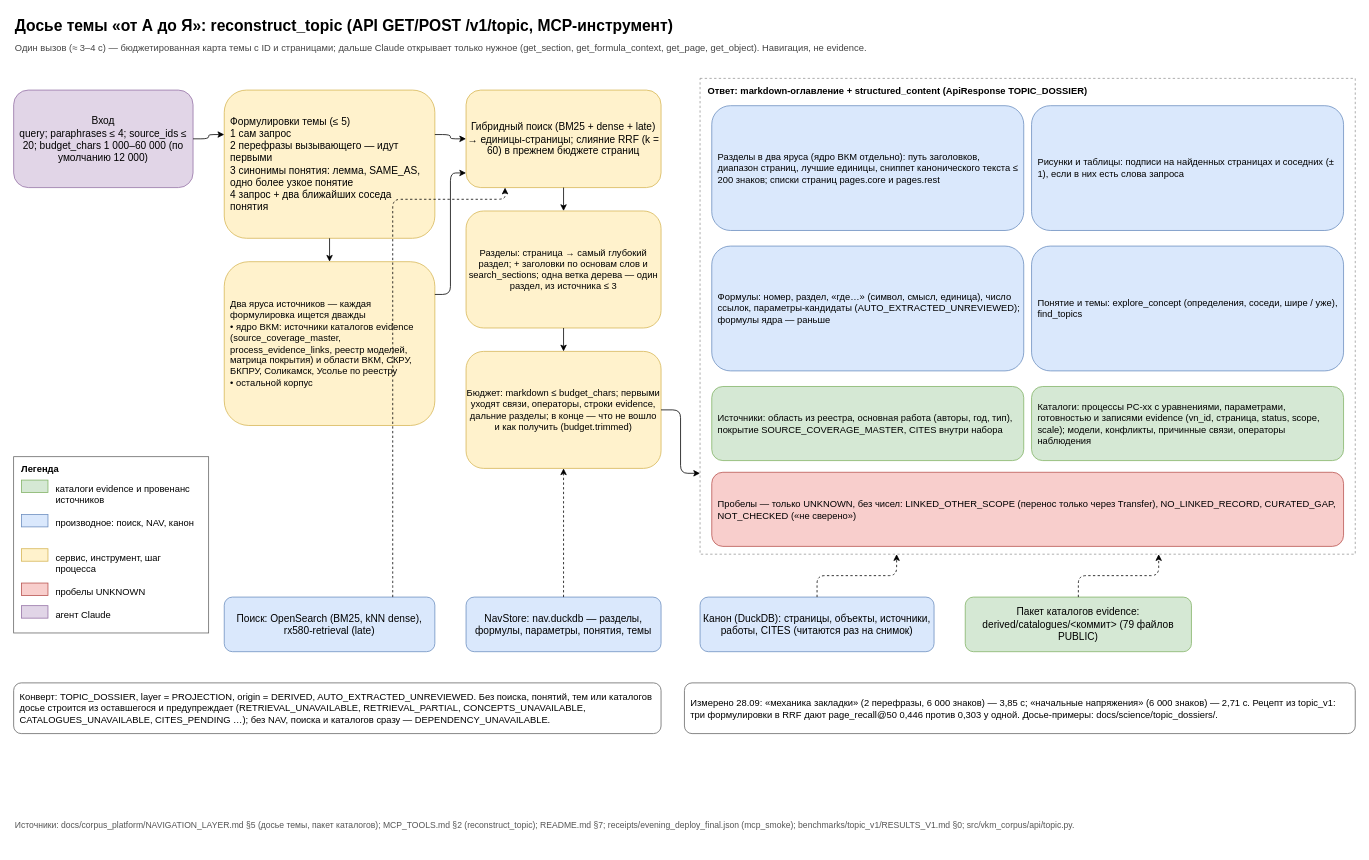
SUKUNA-AI/vkm-subsidence-forecasting keeps this draw.io diagram as docs/diagrams/topic_dossier.drawio. Above is the earlier version. Source tidied: cells renumbered, new cells numbered last; positions are measured from the earlier drawing's top-left corner, leaving out a move shared by most shapes. Both pictures are drawn from the tidied source at 78%, with x=0, y=0 at pixel (13, 13).
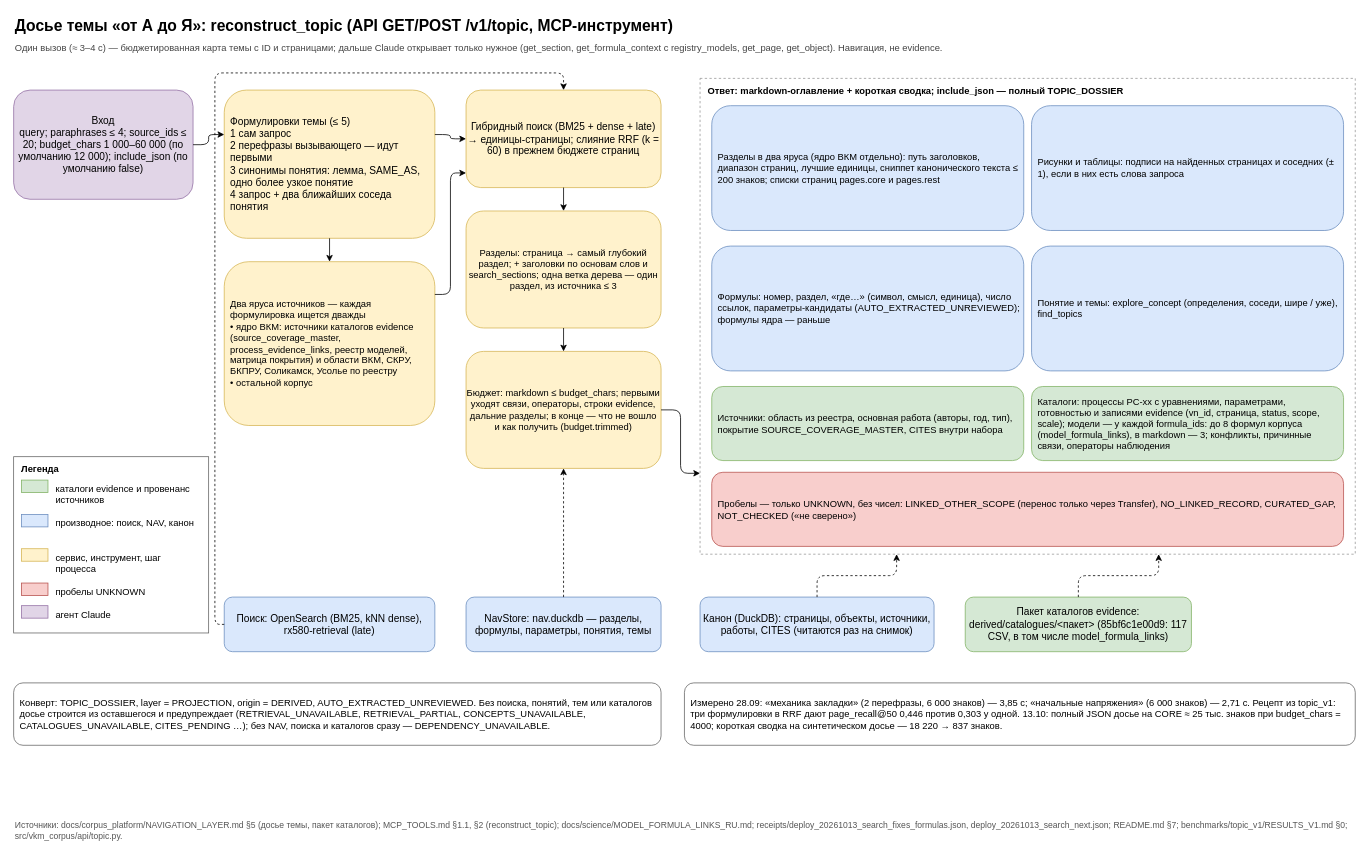
The same page after the edit.

Unchanged cells that the change refers to:
```xml
<mxCell id="7" value="Гибридный поиск (BM25 + dense + late) → единицы-страницы; слияние RRF (k = 60) в прежнем бюджете страниц" style="fillColor=#fff2cc;fontSize=13;html=1;rounded=1;strokeColor=#d6b656;whiteSpace=wrap;" parent="1" vertex="1">
  <mxGeometry x="580" y="98" width="250" height="125" as="geometry" />
</mxCell>
<mxCell id="18" value="Поиск: OpenSearch (BM25, kNN dense), rx580-retrieval (late)" style="fillColor=#dae8fc;fontSize=13;html=1;rounded=1;strokeColor=#6c8ebf;whiteSpace=wrap;" parent="1" vertex="1">
  <mxGeometry x="270" y="748" width="270" height="70" as="geometry" />
</mxCell>
```

The edit, as a diff of the source:
```diff
@@
-    <mxCell id="3" value="Один вызов (≈ 3–4 с) — бюджетированная карта темы с ID и страницами; дальше Claude открывает только нужное (get_section, get_formula_context, get_page, get_object). Навигация, не evidence." style="text;align=left;fontColor=#444444;fontSize=12;html=1;verticalAlign=middle;whiteSpace=wrap;" parent="1" vertex="1">
+    <mxCell id="3" value="Один вызов (≈ 3–4 с) — бюджетированная карта темы с ID и страницами; дальше Claude открывает только нужное (get_section, get_formula_context с registry_models, get_page, get_object). Навигация, не evidence." style="text;align=left;fontColor=#444444;fontSize=12;html=1;verticalAlign=middle;whiteSpace=wrap;" parent="1" vertex="1">
       <mxGeometry y="32" width="1720" height="25" as="geometry" />
     </mxCell>
-    <mxCell id="4" value="Вход&lt;br&gt;query; paraphrases ≤ 4; source_ids ≤ 20; budget_chars 1 000–60 000 (по умолчанию 12 000)" style="fillColor=#e1d5e7;fontSize=13;html=1;rounded=1;strokeColor=#9673a6;whiteSpace=wrap;" parent="1" vertex="1">
-      <mxGeometry y="98" width="230" height="125" as="geometry" />
+    <mxCell id="4" value="Вход&lt;br&gt;query; paraphrases ≤ 4; source_ids ≤ 20; budget_chars 1 000–60 000 (по умолчанию 12 000); include_json (по умолчанию false)" style="fillColor=#e1d5e7;fontSize=13;html=1;rounded=1;strokeColor=#9673a6;whiteSpace=wrap;" parent="1" vertex="1">
+      <mxGeometry y="98" width="230" height="140" as="geometry" />
     </mxCell>
@@
-    <mxCell id="10" value="Ответ: markdown-оглавление + structured_content (ApiResponse TOPIC_DOSSIER)" style="align=left;dashed=1;fillColor=none;fontSize=12;fontStyle=1;html=1;rounded=0;spacingLeft=8;spacingTop=2;strokeColor=#999999;verticalAlign=top;whiteSpace=wrap;" parent="1" vertex="1">
+    <mxCell id="10" value="Ответ: markdown-оглавление + короткая сводка; include_json — полный TOPIC_DOSSIER" style="align=left;dashed=1;fillColor=none;fontSize=12;fontStyle=1;html=1;rounded=0;spacingLeft=8;spacingTop=2;strokeColor=#999999;verticalAlign=top;whiteSpace=wrap;" parent="1" vertex="1">
       <mxGeometry x="880" y="83" width="840" height="610" as="geometry" />
     </mxCell>
@@
-    <mxCell id="16" value="Каталоги: процессы PC-xx с уравнениями, параметрами, готовностью и записями evidence (vn_id, страница, status, scope, scale); модели, конфликты, причинные связи, операторы наблюдения" style="align=left;fillColor=#d5e8d4;fontSize=12;html=1;rounded=1;spacingLeft=6;spacingRight=4;strokeColor=#82b366;whiteSpace=wrap;" parent="10" vertex="1">
+    <mxCell id="16" value="Каталоги: процессы PC-xx с уравнениями, параметрами, готовностью и записями evidence (vn_id, страница, status, scope, scale); модели — у каждой formula_ids: до 8 формул корпуса (model_formula_links), в markdown — 3; конфликты, причинные связи, операторы наблюдения" style="align=left;fillColor=#d5e8d4;fontSize=12;html=1;rounded=1;spacingLeft=6;spacingRight=4;strokeColor=#82b366;whiteSpace=wrap;" parent="10" vertex="1">
       <mxGeometry x="425" y="395" width="400" height="95" as="geometry" />
     </mxCell>
@@
-    <mxCell id="21" value="Пакет каталогов evidence: derived/catalogues/&amp;lt;коммит&amp;gt; (79 файлов PUBLIC)" style="fillColor=#d5e8d4;fontSize=13;html=1;rounded=1;strokeColor=#82b366;whiteSpace=wrap;" parent="1" vertex="1">
+    <mxCell id="21" value="Пакет каталогов evidence: derived/catalogues/&amp;lt;пакет&amp;gt; (85bf6c1e00d9: 117 CSV, в том числе model_formula_links)" style="fillColor=#d5e8d4;fontSize=13;html=1;rounded=1;strokeColor=#82b366;whiteSpace=wrap;" parent="1" vertex="1">
       <mxGeometry x="1220" y="748" width="290" height="70" as="geometry" />
     </mxCell>
     <mxCell id="22" value="Конверт: TOPIC_DOSSIER, layer = PROJECTION, origin = DERIVED, AUTO_EXTRACTED_UNREVIEWED. Без поиска, понятий, тем или каталогов досье строится из оставшегося и предупреждает (RETRIEVAL_UNAVAILABLE, RETRIEVAL_PARTIAL, CONCEPTS_UNAVAILABLE, CATALOGUES_UNAVAILABLE, CITES_PENDING …); без NAV, поиска и каталогов сразу — DEPENDENCY_UNAVAILABLE." style="align=left;fillColor=#ffffff;fontSize=12;html=1;rounded=1;spacingLeft=6;spacingRight=4;strokeColor=#666666;whiteSpace=wrap;" parent="1" vertex="1">
-      <mxGeometry y="858" width="830" height="65" as="geometry" />
+      <mxGeometry y="858" width="830" height="80" as="geometry" />
     </mxCell>
-    <mxCell id="23" value="Измерено 28.09: «механика закладки» (2 перефразы, 6 000 знаков) — 3,85 с; «начальные напряжения» (6 000 знаков) — 2,71 с. Рецепт из topic_v1: три формулировки в RRF дают page_recall@50 0,446 против 0,303 у одной. Досье-примеры: docs/science/topic_dossiers/." style="align=left;fillColor=#ffffff;fontSize=12;html=1;rounded=1;spacingLeft=6;spacingRight=4;strokeColor=#666666;whiteSpace=wrap;" parent="1" vertex="1">
-      <mxGeometry x="860" y="858" width="860" height="65" as="geometry" />
+    <mxCell id="23" value="Измерено 28.09: «механика закладки» (2 перефразы, 6 000 знаков) — 3,85 с; «начальные напряжения» (6 000 знаков) — 2,71 с. Рецепт из topic_v1: три формулировки в RRF дают page_recall@50 0,446 против 0,303 у одной. 13.10: полный JSON досье на CORE ≈ 25 тыс. знаков при budget_chars = 4000; короткая сводка на синтетическом досье — 18 220 → 837 знаков." style="align=left;fillColor=#ffffff;fontSize=12;html=1;rounded=1;spacingLeft=6;spacingRight=4;strokeColor=#666666;whiteSpace=wrap;" parent="1" vertex="1">
+      <mxGeometry x="860" y="858" width="860" height="80" as="geometry" />
     </mxCell>
@@
-    <mxCell id="35" value="Источники: docs/corpus_platform/NAVIGATION_LAYER.md §5 (досье темы, пакет каталогов); MCP_TOOLS.md §2 (reconstruct_topic); README.md §7; receipts/evening_deploy_final.json (mcp_smoke); benchmarks/topic_v1/RESULTS_V1.md §0; src/vkm_corpus/api/topic.py." style="text;align=left;fontColor=#555555;fontSize=11;html=1;verticalAlign=middle;whiteSpace=wrap;" parent="1" vertex="1">
-      <mxGeometry y="1028" width="1720" height="25" as="geometry" />
+    <mxCell id="35" value="Источники: docs/corpus_platform/NAVIGATION_LAYER.md §5 (досье темы, пакет каталогов); MCP_TOOLS.md §1.1, §2 (reconstruct_topic); docs/science/MODEL_FORMULA_LINKS_RU.md; receipts/deploy_20261013_search_fixes_formulas.json, deploy_20261013_search_next.json; README.md §7; benchmarks/topic_v1/RESULTS_V1.md §0; src/vkm_corpus/api/topic.py." style="text;align=left;fontColor=#555555;fontSize=11;html=1;verticalAlign=middle;whiteSpace=wrap;" parent="1" vertex="1">
+      <mxGeometry y="1028" width="1720" height="40" as="geometry" />
     </mxCell>
@@
-    <mxCell id="43" style="dashed=1;edgeStyle=orthogonalEdgeStyle;endArrow=classic;entryDx=0;entryDy=0;entryX=0.2;entryY=1;exitDx=0;exitDy=0;exitX=0.8;exitY=0;fontSize=11;html=1;labelBackgroundColor=#ffffff;rounded=1;" parent="1" edge="1" source="18" target="7">
+    <mxCell id="43" style="dashed=1;edgeStyle=orthogonalEdgeStyle;endArrow=classic;entryDx=0;entryDy=0;entryX=0.5;entryY=0;exitDx=0;exitDy=0;exitX=0;exitY=0.5;fontSize=11;html=1;labelBackgroundColor=#ffffff;rounded=1;" parent="1" edge="1" source="18" target="7">
       <mxGeometry relative="1" as="geometry">
         <Array as="points">
-          <mxPoint x="486" y="728" />
-          <mxPoint x="486" y="238" />
-          <mxPoint x="630" y="238" />
+          <mxPoint x="258" y="783" />
+          <mxPoint x="258" y="76" />
+          <mxPoint x="705" y="76" />
         </Array>
       </mxGeometry>
     </mxCell>
```
